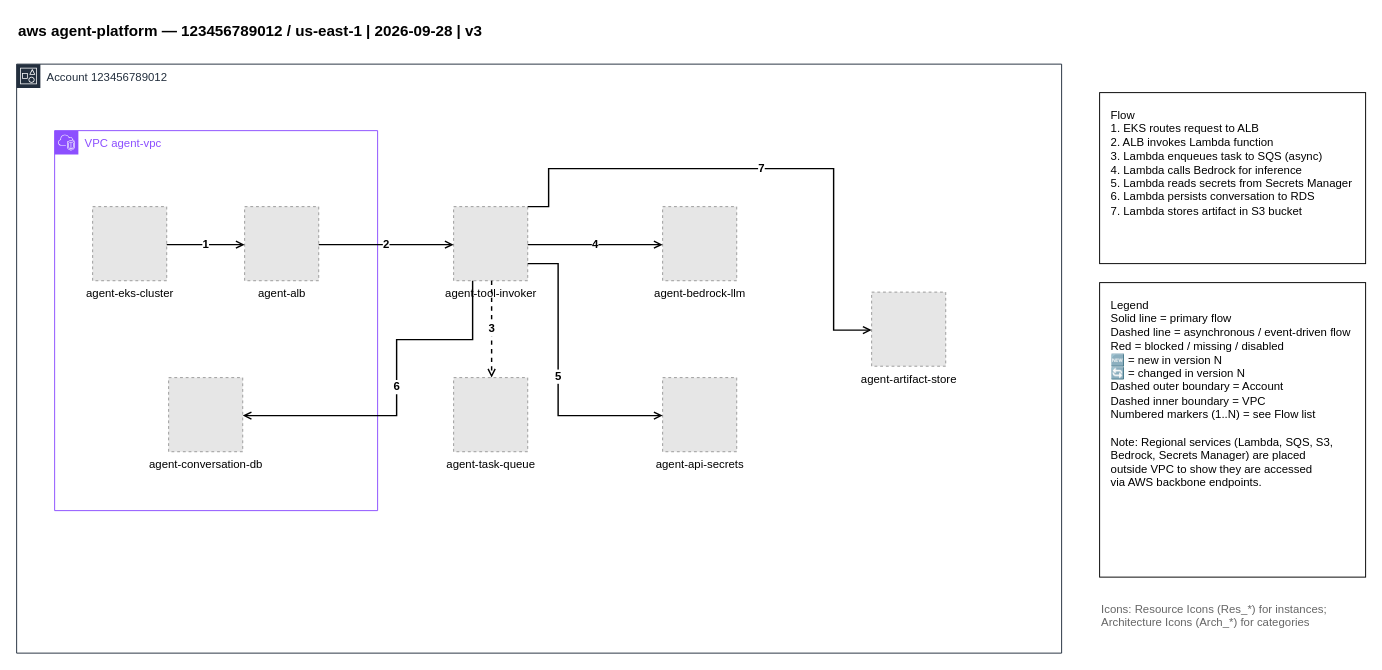
The draw.io diagram examples/aws/01-aws-agent-platform.drawio in totoshko88/Cloud_Architecture, before the edit. Source tidied: cells renumbered, new cells numbered last; positions are measured from the earlier drawing's top-left corner, leaving out a move shared by most shapes. Both pictures are drawn from the tidied source at 95%, with x=0, y=0 at pixel (16, 16). Pictures stored in the file or linked from it are replaced by grey dashed boxes.
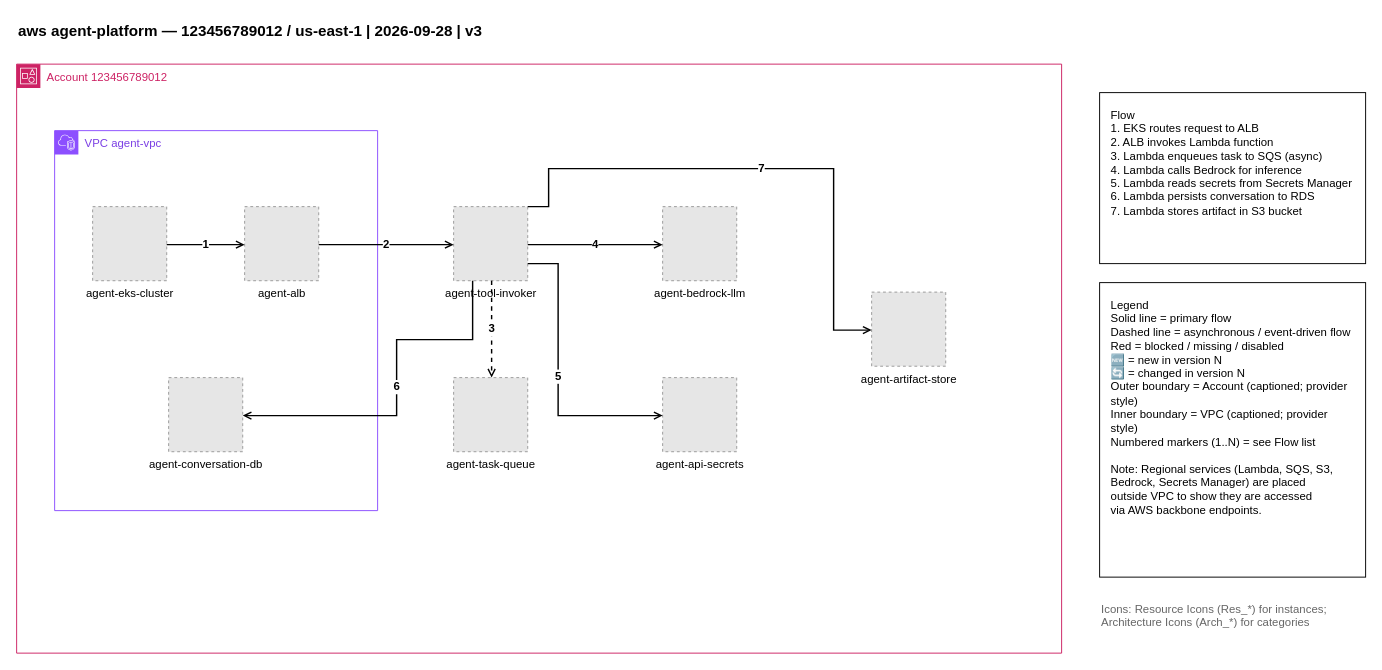
Above is the later version.

Diff of the diagram source:
```diff
@@
-    <mxCell id="3" value="Account 123456789012" style="shape=mxgraph.aws4.group;grIcon=mxgraph.aws4.group_account;grStroke=1;fillColor=none;strokeColor=#232F3E;dashed=0;verticalAlign=top;align=left;spacingLeft=30;fontColor=#232F3E;fontSize=12;html=1;" parent="1" vertex="1">
+    <mxCell id="3" value="Account 123456789012" style="shape=mxgraph.aws4.group;grIcon=mxgraph.aws4.group_account;grStroke=1;fillColor=none;strokeColor=#CD2264;dashed=0;verticalAlign=top;align=left;spacingLeft=30;fontColor=#CD2264;fontSize=12;html=1;" parent="1" vertex="1">
       <mxGeometry y="50" width="1100" height="620" as="geometry" />
     </mxCell>
-    <mxCell id="4" value="VPC agent-vpc" style="shape=mxgraph.aws4.group;grIcon=mxgraph.aws4.group_vpc2;grStroke=1;fillColor=none;strokeColor=#8C4FFF;dashed=0;verticalAlign=top;align=left;spacingLeft=30;fontColor=#8C4FFF;fontSize=12;html=1;" parent="1" vertex="1">
+    <mxCell id="4" value="VPC agent-vpc" style="shape=mxgraph.aws4.group;grIcon=mxgraph.aws4.group_vpc2;grStroke=1;fillColor=none;strokeColor=#8C4FFF;dashed=0;verticalAlign=top;align=left;spacingLeft=30;fontColor=#7B3FE4;fontSize=12;html=1;" parent="1" vertex="1">
       <mxGeometry x="40" y="120" width="340" height="400" as="geometry" />
     </mxCell>
@@
-    <mxCell id="21" value="Legend&#10;Solid line = primary flow&#10;Dashed line = asynchronous / event-driven flow&#10;Red = blocked / missing / disabled&#10;🆕 = new in version N&#10;🔄 = changed in version N&#10;Dashed outer boundary = Account&#10;Dashed inner boundary = VPC&#10;Numbered markers (1..N) = see Flow list&#10;&#10;Note: Regional services (Lambda, SQS, S3,&#10;Bedrock, Secrets Manager) are placed&#10;outside VPC to show they are accessed&#10;via AWS backbone endpoints." style="text;html=1;align=left;verticalAlign=top;fontSize=12;whiteSpace=wrap;strokeColor=#000000;fillColor=#FFFFFF;spacingLeft=10;spacingRight=10;spacingTop=10;spacingBottom=10;" parent="1" vertex="1">
+    <mxCell id="21" value="Legend&#10;Solid line = primary flow&#10;Dashed line = asynchronous / event-driven flow&#10;Red = blocked / missing / disabled&#10;🆕 = new in version N&#10;🔄 = changed in version N&#10;Outer boundary = Account (captioned; provider style)&#10;Inner boundary = VPC (captioned; provider style)&#10;Numbered markers (1..N) = see Flow list&#10;&#10;Note: Regional services (Lambda, SQS, S3,&#10;Bedrock, Secrets Manager) are placed&#10;outside VPC to show they are accessed&#10;via AWS backbone endpoints." style="text;html=1;align=left;verticalAlign=top;fontSize=12;whiteSpace=wrap;strokeColor=#000000;fillColor=#FFFFFF;spacingLeft=10;spacingRight=10;spacingTop=10;spacingBottom=10;" parent="1" vertex="1">
       <mxGeometry x="1140" y="280" width="280" height="310" as="geometry" />
     </mxCell>
```
